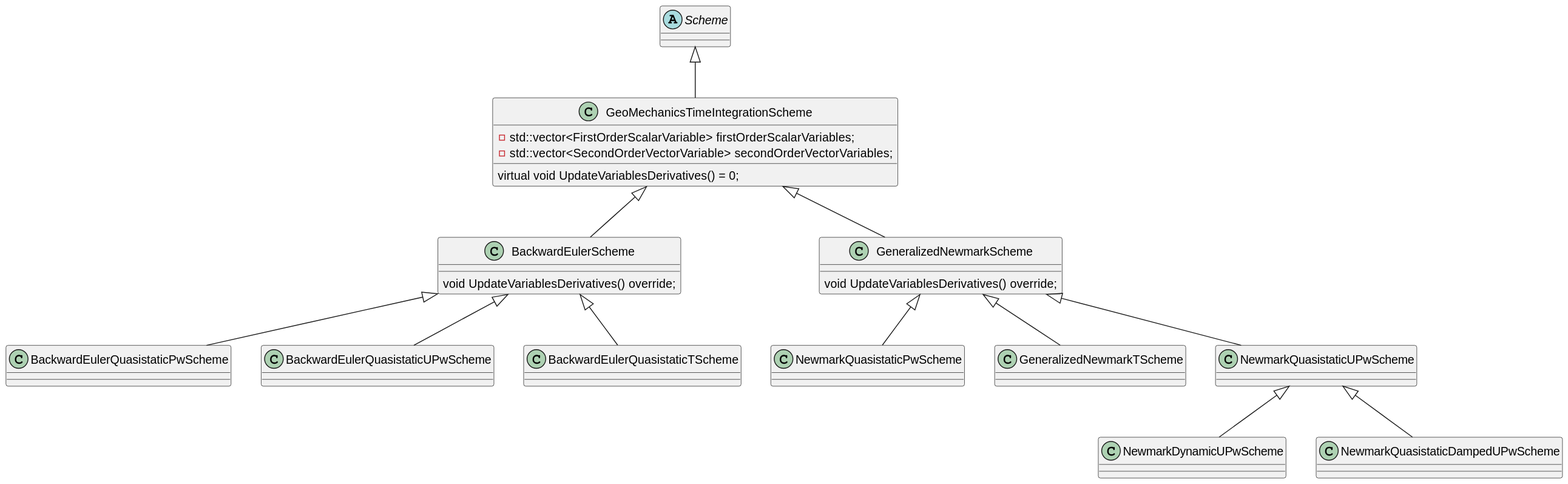
This is applications/GeoMechanicsApplication/custom_strategies/schemes/SchemeStructure.svg from KratosMultiphysics/Kratos, a PlantUML export, as it was before one commit.
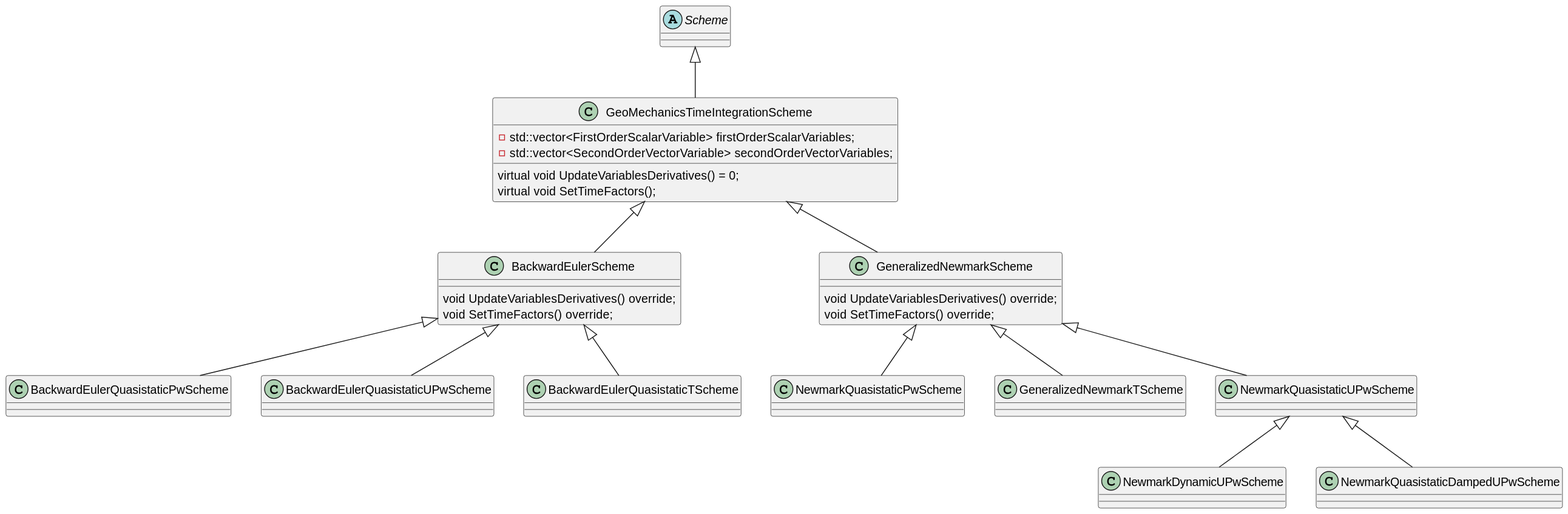
Later version of the same file.

Change to the diagram source:
```diff
@@ -7,12 +7,14 @@
     - std::vector<SecondOrderVectorVariable> secondOrderVectorVariables;
 
     virtual void UpdateVariablesDerivatives() = 0;
+    virtual void SetTimeFactors();
 }
 Scheme <|-- GeoMechanicsTimeIntegrationScheme
 
 class BackwardEulerScheme
 {
     void UpdateVariablesDerivatives() override;
+    void SetTimeFactors() override;
 }
 class BackwardEulerQuasistaticPwScheme
 class BackwardEulerQuasistaticUPwScheme
@@ -26,6 +28,7 @@
 class GeneralizedNewmarkScheme
 {
     void UpdateVariablesDerivatives() override;
+    void SetTimeFactors() override;
 }
 class NewmarkQuasistaticPwScheme
 class GeneralizedNewmarkTScheme
```
